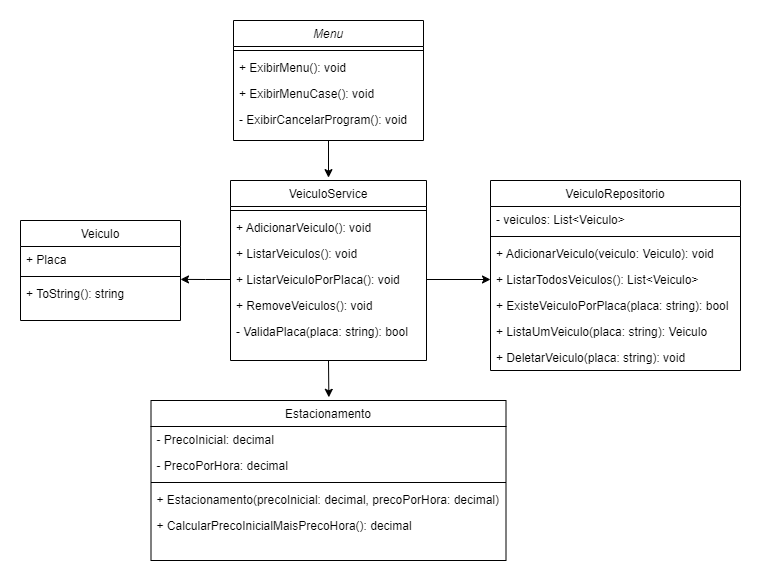
Earlier version of the draw.io export image/diagramaClasse.drawio.png (digitalinnovationone/trilha-net-fundamentos-desafio). Source tidied: cells renumbered, new cells last; positions are measured from the earlier drawing's top-left corner, leaving out a move shared by most shapes.
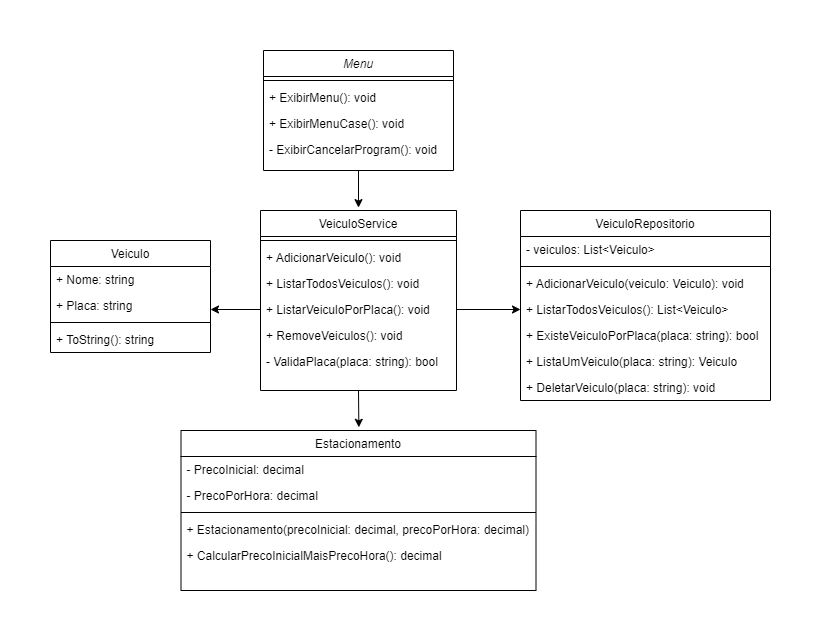
After the commit.

Commit message:
correção do diagrama de classe

The edit, as a diff of the source:
```diff
@@ -18,16 +18,19 @@
       <mxGeometry y="86" width="190" height="26" as="geometry" />
     </mxCell>
     <mxCell id="7" value="Veiculo" style="swimlane;fontStyle=0;align=center;verticalAlign=top;horizontal=1;startSize=26;rounded=0;shadow=0;strokeWidth=1;" parent="1" vertex="1">
-      <mxGeometry y="200" width="160" height="100" as="geometry" />
+      <mxGeometry y="190" width="160" height="112" as="geometry" />
     </mxCell>
+    <mxCell id="36" value="+ Nome: string" style="text;align=left;verticalAlign=top;spacingLeft=4;spacingRight=4;overflow=hidden;" parent="7" vertex="1">
+      <mxGeometry y="26" width="160" height="26" as="geometry" />
+    </mxCell>
-    <mxCell id="8" value="+ Placa" style="text;align=left;verticalAlign=top;spacingLeft=4;spacingRight=4;overflow=hidden;points=[[0,0.5],[1,0.5]];portConstraint=eastwest;" parent="7" vertex="1">
-      <mxGeometry y="26" width="160" height="26" as="geometry" />
+    <mxCell id="8" value="+ Placa: string" style="text;align=left;verticalAlign=top;spacingLeft=4;spacingRight=4;overflow=hidden;points=[[0,0.5],[1,0.5]];portConstraint=eastwest;" parent="7" vertex="1">
+      <mxGeometry y="52" width="160" height="26" as="geometry" />
     </mxCell>
     <mxCell id="9" style="line;html=1;strokeWidth=1;align=left;verticalAlign=middle;spacingTop=-1;spacingLeft=3;spacingRight=3;labelPosition=right;points=[];portConstraint=eastwest;" parent="7" vertex="1">
-      <mxGeometry y="52" width="160" height="8" as="geometry" />
+      <mxGeometry y="78" width="160" height="8" as="geometry" />
     </mxCell>
     <mxCell id="10" value="+ ToString(): string" style="text;align=left;verticalAlign=top;spacingLeft=4;spacingRight=4;overflow=hidden;" parent="7" vertex="1">
-      <mxGeometry y="60" width="160" height="26" as="geometry" />
+      <mxGeometry y="86" width="160" height="26" as="geometry" />
     </mxCell>
     <mxCell id="11" value="VeiculoRepositorio" style="swimlane;fontStyle=0;align=center;verticalAlign=top;horizontal=1;startSize=26;rounded=0;shadow=0;strokeWidth=1;" parent="1" vertex="1">
       <mxGeometry x="470" y="160" width="250" height="190" as="geometry" />
@@ -62,7 +65,7 @@
     <mxCell id="21" value="+ AdicionarVeiculo(): void" style="text;align=left;verticalAlign=top;spacingLeft=4;spacingRight=4;overflow=hidden;" parent="19" vertex="1">
       <mxGeometry y="34" width="196" height="26" as="geometry" />
     </mxCell>
-    <mxCell id="22" value="+ ListarVeiculos(): void" style="text;align=left;verticalAlign=top;spacingLeft=4;spacingRight=4;overflow=hidden;" parent="19" vertex="1">
+    <mxCell id="22" value="+ ListarTodosVeiculos(): void" style="text;align=left;verticalAlign=top;spacingLeft=4;spacingRight=4;overflow=hidden;" parent="19" vertex="1">
       <mxGeometry y="60" width="196" height="26" as="geometry" />
     </mxCell>
     <mxCell id="23" value="+ ListarVeiculoPorPlaca(): void" style="text;align=left;verticalAlign=top;spacingLeft=4;spacingRight=4;overflow=hidden;points=[[0,0.5],[1,0.5]];portConstraint=eastwest;" parent="19" vertex="1">
@@ -95,14 +98,14 @@
     <mxCell id="32" style="edgeStyle=orthogonalEdgeStyle;rounded=0;jettySize=auto;html=1;exitX=0.5;exitY=1;exitDx=0;exitDy=0;entryX=0.5;entryY=-0.016;entryDx=0;entryDy=0;entryPerimeter=0;" parent="1" edge="1" source="2" target="19">
       <mxGeometry relative="1" as="geometry" />
     </mxCell>
-    <mxCell id="33" style="edgeStyle=orthogonalEdgeStyle;rounded=0;jettySize=auto;html=1;exitX=0;exitY=0.5;exitDx=0;exitDy=0;entryX=1;entryY=0.864;entryDx=0;entryDy=0;entryPerimeter=0;" parent="1" edge="1" source="23" target="9">
-      <mxGeometry relative="1" as="geometry" />
-    </mxCell>
     <mxCell id="34" style="edgeStyle=orthogonalEdgeStyle;rounded=0;jettySize=auto;html=1;exitX=0.5;exitY=1;exitDx=0;exitDy=0;entryX=0.501;entryY=-0.02;entryDx=0;entryDy=0;entryPerimeter=0;" parent="1" edge="1" source="19" target="26">
       <mxGeometry relative="1" as="geometry" />
     </mxCell>
     <mxCell id="35" style="edgeStyle=orthogonalEdgeStyle;rounded=0;jettySize=auto;html=1;exitX=1;exitY=0.5;exitDx=0;exitDy=0;entryX=0;entryY=0.5;entryDx=0;entryDy=0;" parent="1" edge="1" source="23" target="15">
       <mxGeometry relative="1" as="geometry" />
     </mxCell>
+    <mxCell id="37" style="edgeStyle=orthogonalEdgeStyle;rounded=0;jettySize=auto;html=1;exitX=0;exitY=0.5;exitDx=0;exitDy=0;entryX=1;entryY=0.654;entryDx=0;entryDy=0;entryPerimeter=0;" parent="1" edge="1" source="23" target="8">
+      <mxGeometry relative="1" as="geometry" />
+    </mxCell>
   </root>
 </mxGraphModel>
```
